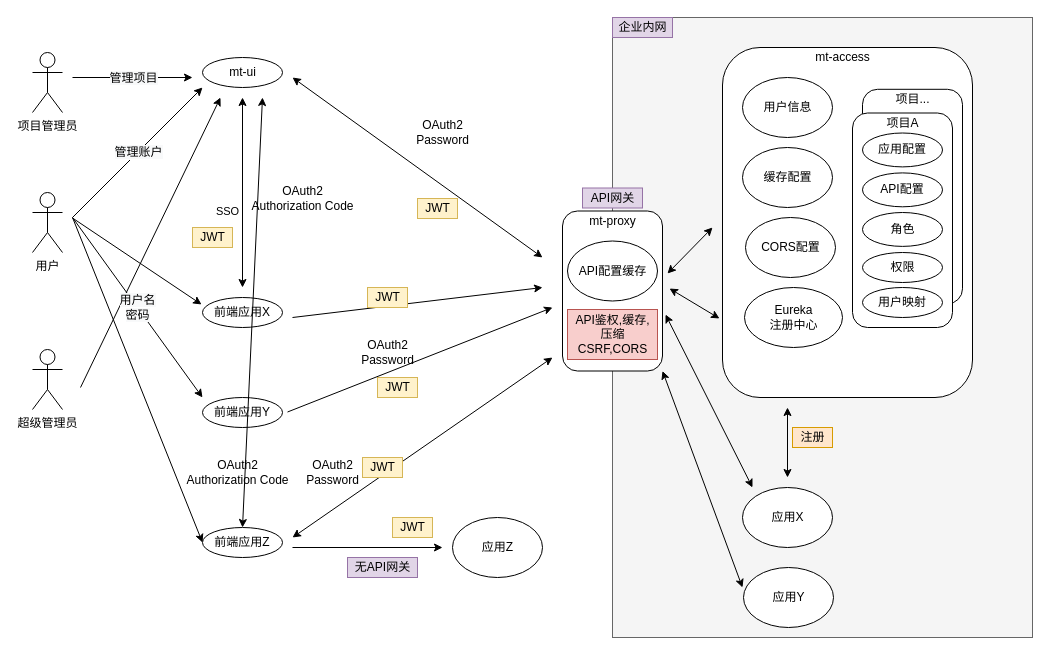
Above: doc/arthitecture/architecture.drawio in publicdevop2019/mt-auth (draw.io), before the change. Source tidied: cells renumbered, new cells numbered last; positions are measured from the earlier drawing's top-left corner, leaving out a move shared by most shapes. Both pictures are drawn from the tidied source at 100%, with x=0, y=0 at pixel (32, 17).
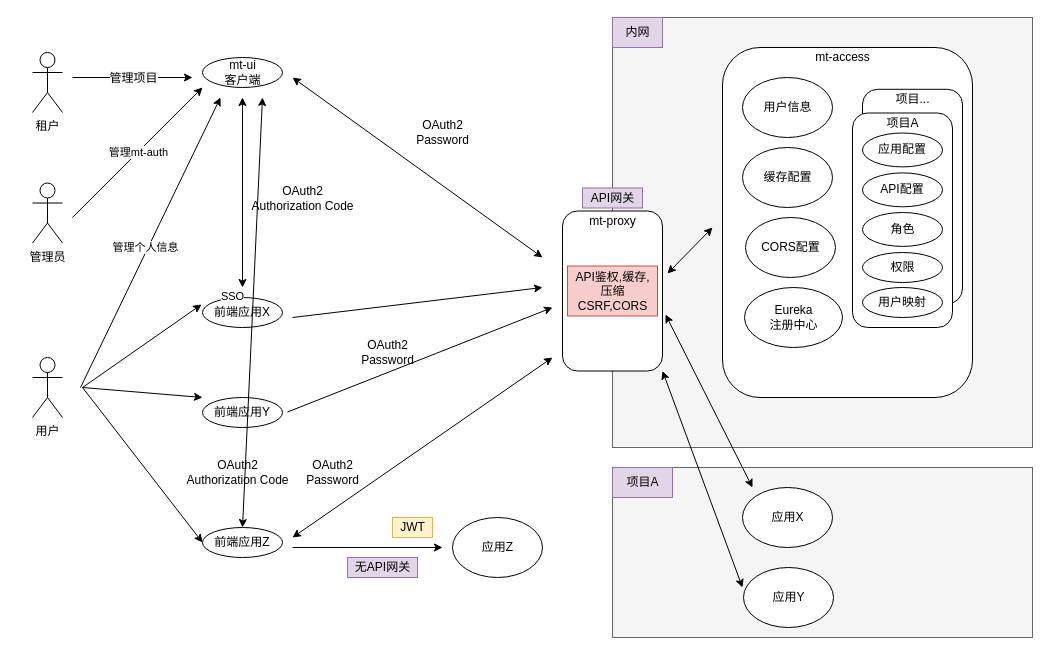
The same page after the edit.

The change refers to these unchanged cells:
```xml
<mxCell id="23" value="&lt;span&gt;前端应用X&lt;/span&gt;" style="ellipse;whiteSpace=wrap;html=1;" parent="1" vertex="1">
  <mxGeometry x="170" y="280" width="80" height="30" as="geometry" />
</mxCell>
<mxCell id="35" style="endArrow=classic;html=1;rounded=0;" parent="1" edge="1">
  <mxGeometry relative="1" as="geometry">
    <mxPoint x="48" y="370" as="sourcePoint" />
    <mxPoint x="188" y="80" as="targetPoint" />
  </mxGeometry>
</mxCell>
<mxCell id="46" style="endArrow=classic;html=1;rounded=0;" parent="1" edge="1">
  <mxGeometry relative="1" as="geometry">
    <mxPoint x="40" y="200" as="sourcePoint" />
    <mxPoint x="170" y="70" as="targetPoint" />
  </mxGeometry>
</mxCell>
<mxCell id="68" value="&lt;span&gt;前端应用Z&lt;/span&gt;" style="ellipse;whiteSpace=wrap;html=1;" parent="1" vertex="1">
  <mxGeometry x="170" y="510" width="80" height="30" as="geometry" />
</mxCell>
```

Change to the diagram source:
```diff
@@
+    <mxCell id="91" style="rounded=0;whiteSpace=wrap;html=1;fillColor=#f5f5f5;strokeColor=#666666;fontColor=#333333;" parent="1" vertex="1">
+      <mxGeometry x="580" y="450" width="420" height="170" as="geometry" />
+    </mxCell>
     <mxCell id="2" style="rounded=0;whiteSpace=wrap;html=1;fillColor=#f5f5f5;strokeColor=#666666;fontColor=#333333;" parent="1" vertex="1">
-      <mxGeometry x="580" width="420" height="620" as="geometry" />
+      <mxGeometry x="580" width="420" height="430" as="geometry" />
     </mxCell>
@@
     <mxCell id="5" value="用户" style="shape=umlActor;verticalLabelPosition=bottom;verticalAlign=top;html=1;" parent="1" vertex="1">
-      <mxGeometry y="175" width="30" height="60" as="geometry" />
+      <mxGeometry y="340" width="30" height="60" as="geometry" />
     </mxCell>
-    <mxCell id="6" value="项目管理员" style="shape=umlActor;verticalLabelPosition=bottom;verticalAlign=top;html=1;" parent="1" vertex="1">
+    <mxCell id="6" value="租户" style="shape=umlActor;verticalLabelPosition=bottom;verticalAlign=top;html=1;" parent="1" vertex="1">
       <mxGeometry y="35" width="30" height="60" as="geometry" />
     </mxCell>
@@
-    <mxCell id="8" value="mt-ui" style="text;html=1;align=center;verticalAlign=middle;strokeColor=none;fillColor=none;" parent="1" vertex="1">
-      <mxGeometry x="190" y="45" width="40" height="20" as="geometry" />
+    <mxCell id="8" value="mt-ui&lt;br&gt;客户端" style="text;html=1;align=center;verticalAlign=middle;strokeColor=none;fillColor=none;" parent="1" vertex="1">
+      <mxGeometry x="180" y="35" width="60" height="40" as="geometry" />
     </mxCell>
@@
-    <mxCell id="34" value="超级管理员" style="shape=umlActor;verticalLabelPosition=bottom;verticalAlign=top;html=1;" parent="1" vertex="1">
-      <mxGeometry y="332" width="30" height="60" as="geometry" />
+    <mxCell id="34" value="管理员" style="shape=umlActor;verticalLabelPosition=bottom;verticalAlign=top;html=1;" parent="1" vertex="1">
+      <mxGeometry y="165.5" width="30" height="60" as="geometry" />
     </mxCell>
@@
+    <mxCell id="92" value="管理个人信息" style="edgeLabel;html=1;align=center;verticalAlign=middle;" parent="35" vertex="1">
+      <mxGeometry x="-0.04" y="3" relative="1" as="geometry" />
+    </mxCell>
@@
-    <mxCell id="39" style="group;" parent="1" vertex="1">
-      <mxGeometry x="535" y="223.5" width="90" height="60" as="geometry" />
-    </mxCell>
-    <mxCell id="40" style="ellipse;whiteSpace=wrap;html=1;" parent="39" vertex="1">
-      <mxGeometry width="90" height="60" as="geometry" />
-    </mxCell>
-    <mxCell id="41" value="API配置缓存" style="text;html=1;align=center;verticalAlign=middle;strokeColor=none;fillColor=none;" parent="39" vertex="1">
-      <mxGeometry x="5" y="20" width="80" height="20" as="geometry" />
-    </mxCell>
     <mxCell id="42" style="endArrow=classic;html=1;rounded=0;" parent="1" edge="1">
       <mxGeometry relative="1" as="geometry">
-        <mxPoint x="40" y="200" as="sourcePoint" />
+        <mxPoint x="50" y="370" as="sourcePoint" />
         <mxPoint x="170" y="380" as="targetPoint" />
       </mxGeometry>
     </mxCell>
-    <mxCell id="43" value="&lt;span style=&quot;font-size: 12px ; background-color: rgb(248 , 249 , 250)&quot;&gt;用户名&lt;/span&gt;&lt;br style=&quot;font-size: 12px ; background-color: rgb(248 , 249 , 250)&quot;&gt;&lt;span style=&quot;font-size: 12px ; background-color: rgb(248 , 249 , 250)&quot;&gt;密码&lt;/span&gt;" style="edgeLabel;html=1;align=center;verticalAlign=middle;" parent="42" vertex="1">
-      <mxGeometry relative="1" as="geometry" />
-    </mxCell>
     <mxCell id="44" style="endArrow=classic;html=1;rounded=0;entryX=-0.012;entryY=0.233;entryDx=0;entryDy=0;entryPerimeter=0;" parent="1" edge="1" target="23">
       <mxGeometry relative="1" as="geometry">
-        <mxPoint x="40" y="200.5" as="sourcePoint" />
+        <mxPoint x="50" y="370" as="sourcePoint" />
       </mxGeometry>
     </mxCell>
@@
-    <mxCell id="47" value="&lt;span style=&quot;font-size: 12px ; background-color: rgb(248 , 249 , 250)&quot;&gt;管理账户&lt;/span&gt;" style="edgeLabel;html=1;align=center;verticalAlign=middle;" parent="46" vertex="1">
+    <mxCell id="47" value="管理mt-auth" style="edgeLabel;html=1;align=center;verticalAlign=middle;" parent="46" vertex="1">
       <mxGeometry relative="1" as="geometry" />
     </mxCell>
@@
     <mxCell id="50" value="API鉴权,缓存,&lt;br&gt;压缩&lt;br&gt;CSRF,CORS" style="text;html=1;align=center;verticalAlign=middle;strokeColor=#b85450;fillColor=#f8cecc;" parent="1" vertex="1">
-      <mxGeometry x="535" y="292" width="90" height="50" as="geometry" />
+      <mxGeometry x="535" y="248.5" width="90" height="50" as="geometry" />
     </mxCell>
@@
-    <mxCell id="52" value="JWT" style="text;html=1;align=center;verticalAlign=middle;strokeColor=#d6b656;fillColor=#fff2cc;" parent="1" vertex="1">
-      <mxGeometry x="385" y="181" width="40" height="20" as="geometry" />
-    </mxCell>
@@
-    <mxCell id="56" style="endArrow=classic;startArrow=classic;html=1;rounded=0;" parent="1" edge="1">
-      <mxGeometry relative="1" as="geometry">
-        <mxPoint x="637" y="271" as="sourcePoint" />
-        <mxPoint x="687" y="301" as="targetPoint" />
-      </mxGeometry>
-    </mxCell>
@@
-    <mxCell id="63" style="endArrow=classic;startArrow=classic;html=1;rounded=0;" parent="1" edge="1">
-      <mxGeometry relative="1" as="geometry">
-        <mxPoint x="755" y="460" as="sourcePoint" />
-        <mxPoint x="755" y="390" as="targetPoint" />
-      </mxGeometry>
-    </mxCell>
@@
-    <mxCell id="66" value="JWT" style="text;html=1;align=center;verticalAlign=middle;strokeColor=#d6b656;fillColor=#fff2cc;" parent="1" vertex="1">
-      <mxGeometry x="345" y="360" width="40" height="20" as="geometry" />
-    </mxCell>
-    <mxCell id="67" value="JWT" style="text;html=1;align=center;verticalAlign=middle;strokeColor=#d6b656;fillColor=#fff2cc;" parent="1" vertex="1">
-      <mxGeometry x="335" y="270" width="40" height="20" as="geometry" />
-    </mxCell>
@@
     <mxCell id="69" style="endArrow=classic;startArrow=none;html=1;rounded=0;entryX=0;entryY=0.5;entryDx=0;entryDy=0;startFill=0;" parent="1" edge="1" target="68">
       <mxGeometry relative="1" as="geometry">
-        <mxPoint x="40" y="200" as="sourcePoint" />
+        <mxPoint x="50" y="370" as="sourcePoint" />
       </mxGeometry>
     </mxCell>
@@
-    <mxCell id="75" value="JWT" style="text;html=1;align=center;verticalAlign=middle;strokeColor=#d6b656;fillColor=#fff2cc;" parent="1" vertex="1">
-      <mxGeometry x="330" y="440" width="40" height="20" as="geometry" />
-    </mxCell>
@@
-    <mxCell id="81" value="企业内网" style="text;html=1;align=center;verticalAlign=middle;strokeColor=#9673a6;fillColor=#e1d5e7;" parent="1" vertex="1">
-      <mxGeometry x="580" width="60" height="20" as="geometry" />
+    <mxCell id="81" value="内网" style="text;html=1;align=center;verticalAlign=middle;strokeColor=#9673a6;fillColor=#e1d5e7;" parent="1" vertex="1">
+      <mxGeometry x="580" width="50" height="30" as="geometry" />
     </mxCell>
@@
-    <mxCell id="88" value="JWT" style="text;html=1;align=center;verticalAlign=middle;strokeColor=#d6b656;fillColor=#fff2cc;" parent="1" vertex="1">
-      <mxGeometry x="160" y="210" width="40" height="20" as="geometry" />
-    </mxCell>
@@
-    <mxCell id="90" value="注册" style="text;html=1;align=center;verticalAlign=middle;strokeColor=#d79b00;fillColor=#ffe6cc;" parent="1" vertex="1">
-      <mxGeometry x="760" y="410" width="40" height="20" as="geometry" />
-    </mxCell>
+    <mxCell id="93" value="项目A" style="text;html=1;align=center;verticalAlign=middle;strokeColor=#9673a6;fillColor=#e1d5e7;" parent="1" vertex="1">
+      <mxGeometry x="580" y="450" width="60" height="30" as="geometry" />
+    </mxCell>
```
